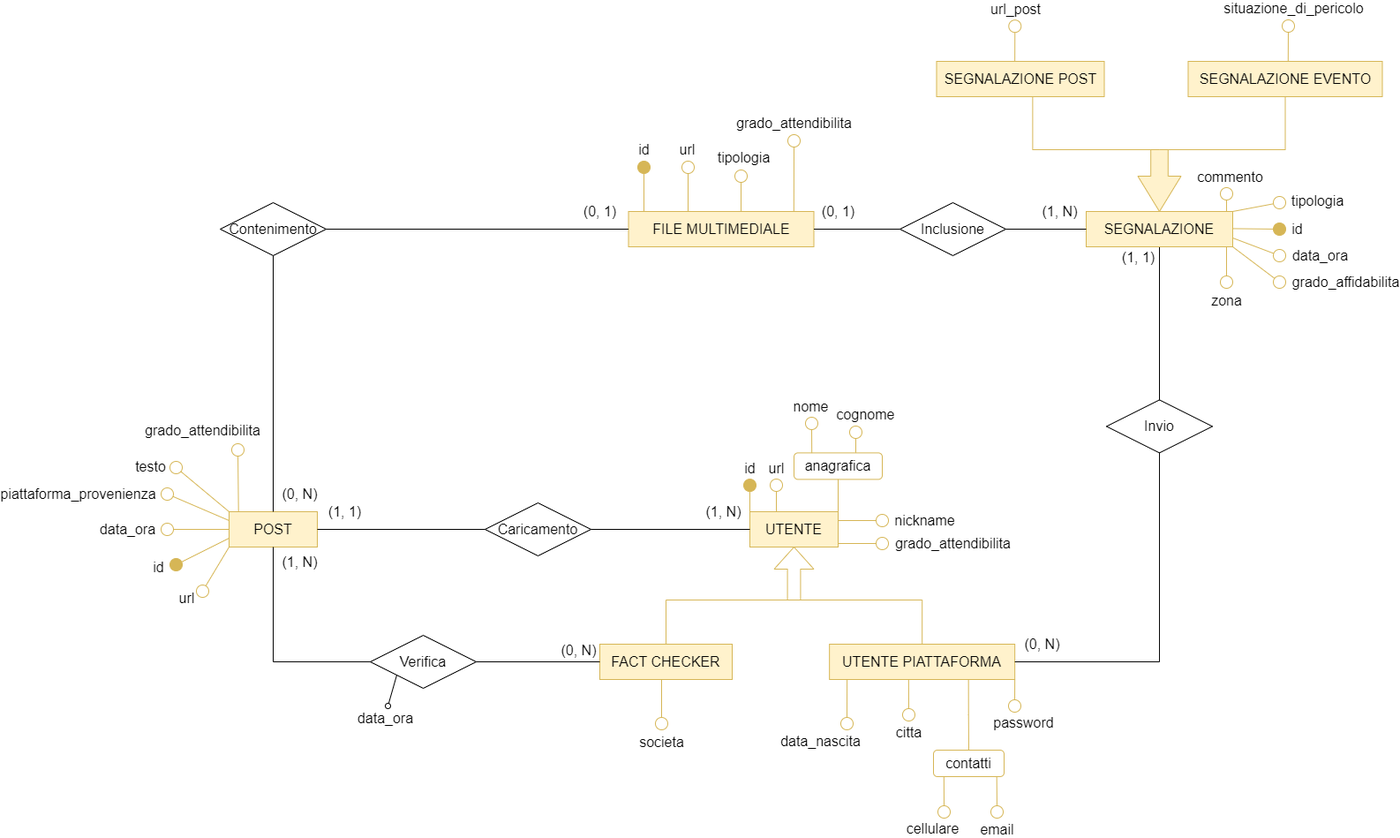
Above: diagrammi e-r/Diag. Social network.png in faffolao/ProgettoBD2022 (draw.io), before the change. Source tidied: cells renumbered, new cells last; positions are measured from the earlier drawing's top-left corner, leaving out a move shared by most shapes.
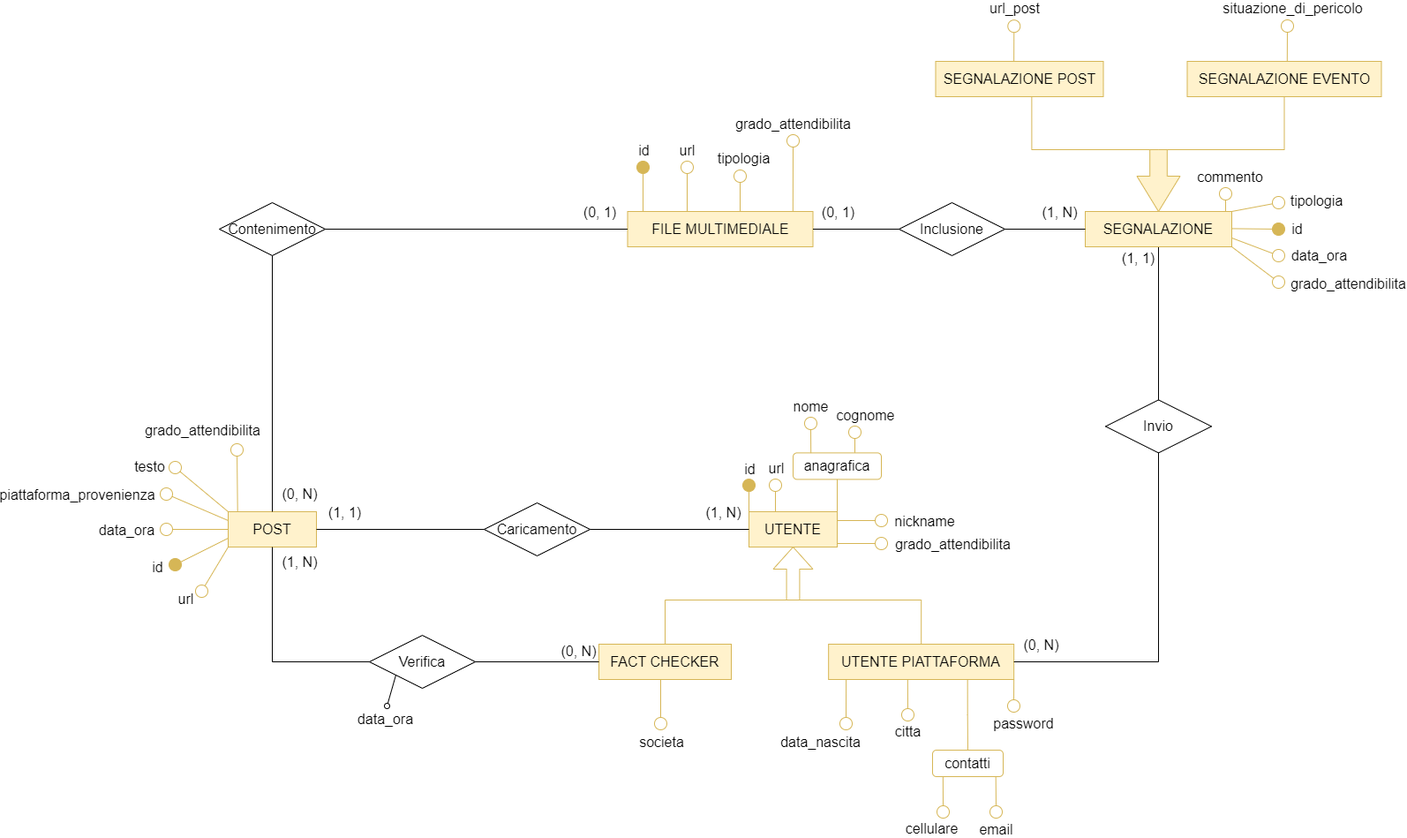
After the change.

Change to the diagram source:
```diff
@@ -297,9 +297,9 @@
         <mxPoint x="1207" y="250" as="targetPoint" />
       </mxGeometry>
     </mxCell>
-    <mxCell id="66" value="grado_affidabilita" style="edgeLabel;html=1;align=center;verticalAlign=middle;fontSize=16;" parent="65" vertex="1">
+    <mxCell id="66" value="grado_attendibilita" style="edgeLabel;html=1;align=center;verticalAlign=middle;fontSize=16;" parent="65" vertex="1">
       <mxGeometry x="0.63" relative="1" as="geometry">
-        <mxPoint x="118" y="32" as="offset" />
+        <mxPoint x="122" y="34" as="offset" />
       </mxGeometry>
     </mxCell>
     <mxCell id="67" style="endArrow=oval;html=1;rounded=0;strokeColor=#d6b656;strokeWidth=1;fontSize=12;startSize=14;endSize=14;startArrow=none;startFill=0;endFill=0;fillColor=#fff2cc;exitX=0.958;exitY=-0.006;exitDx=0;exitDy=0;exitPerimeter=0;" parent="1" edge="1" source="58">
@@ -312,17 +312,6 @@
         <mxPoint x="4" y="-22" as="offset" />
       </mxGeometry>
     </mxCell>
-    <mxCell id="69" style="endArrow=none;html=1;rounded=0;strokeColor=#d6b656;strokeWidth=1;fontSize=12;startSize=14;endSize=14;endFill=0;startArrow=oval;startFill=0;fillColor=#fff2cc;" parent="1" edge="1">
-      <mxGeometry relative="1" as="geometry">
-        <mxPoint x="1200" y="290" as="sourcePoint" />
-        <mxPoint x="1200" y="250" as="targetPoint" />
-      </mxGeometry>
-    </mxCell>
-    <mxCell id="70" value="zona" style="edgeLabel;html=1;align=center;verticalAlign=middle;fontSize=16;" parent="69" vertex="1">
-      <mxGeometry x="-0.47" y="3" relative="1" as="geometry">
-        <mxPoint x="3" y="31" as="offset" />
-      </mxGeometry>
-    </mxCell>
     <mxCell id="71" value="SEGNALAZIONE POST" style="whiteSpace=wrap;html=1;align=center;fontSize=16;fillColor=#fff2cc;strokeColor=#d6b656;" parent="1" vertex="1">
       <mxGeometry x="871.5" y="40" width="190" height="40" as="geometry" />
     </mxCell>
```
